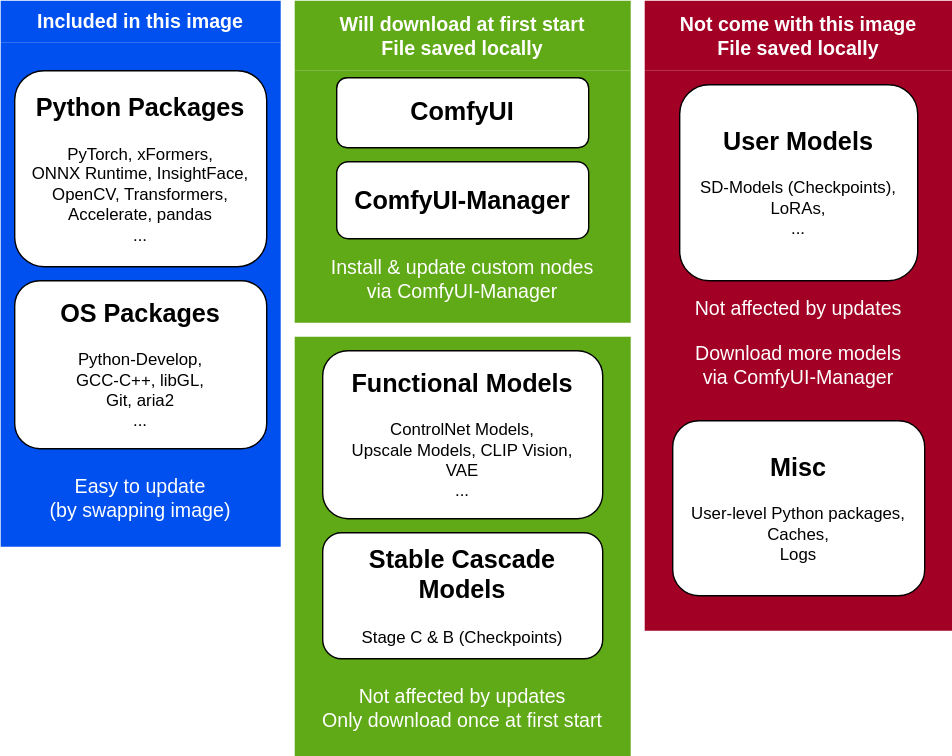
This is docs/chart-concept.svg from YanWenKun/ComfyUI-Docker, a draw.io export, as it was before one commit. Source tidied: cells renumbered, new cells last; positions are measured from the earlier drawing's top-left corner, leaving out a move shared by most shapes.
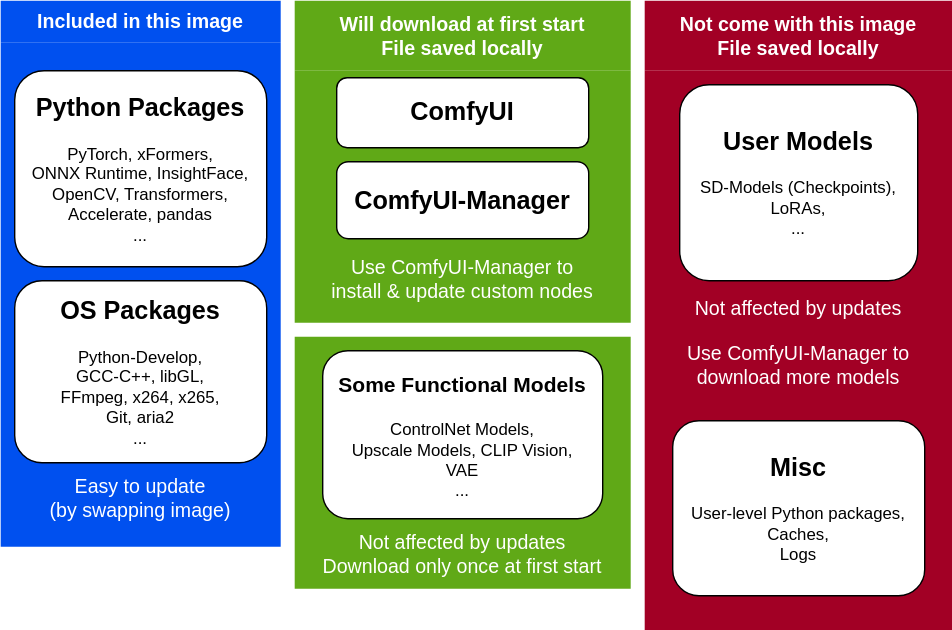
After the commit.

Commit message:
Trim download size

Diff of the diagram source:
```diff
@@ -8,8 +8,8 @@
     <mxCell id="3" value="&lt;h2&gt;Python Packages&lt;/h2&gt;PyTorch, xFormers,&lt;br&gt;ONNX Runtime, InsightFace,&lt;br&gt;OpenCV, Transformers,&lt;br&gt;Accelerate, pandas&lt;br&gt;...&lt;div&gt;&lt;br&gt;&lt;/div&gt;" style="rounded=1;whiteSpace=wrap;html=1;" parent="2" vertex="1">
       <mxGeometry x="10" y="50" width="180" height="140" as="geometry" />
     </mxCell>
-    <mxCell id="4" value="&lt;h2&gt;OS Packages&lt;/h2&gt;&lt;div&gt;Python-Develop,&lt;br&gt;&lt;/div&gt;&lt;div&gt;&lt;span style=&quot;background-color: initial;&quot;&gt;GCC-C++, &lt;/span&gt;libGL,&lt;/div&gt;&lt;div&gt;Git, aria2&lt;/div&gt;&lt;div&gt;&lt;span style=&quot;background-color: initial;&quot;&gt;...&lt;br&gt;&lt;/span&gt;&lt;/div&gt;&lt;div&gt;&lt;span style=&quot;background-color: initial;&quot;&gt;&lt;br&gt;&lt;/span&gt;&lt;/div&gt;" style="rounded=1;whiteSpace=wrap;html=1;" parent="2" vertex="1">
-      <mxGeometry x="10" y="200" width="180" height="120" as="geometry" />
+    <mxCell id="4" value="&lt;h2&gt;OS Packages&lt;/h2&gt;&lt;div&gt;Python-Develop,&lt;br&gt;&lt;/div&gt;&lt;div&gt;&lt;span style=&quot;background-color: initial;&quot;&gt;GCC-C++, &lt;/span&gt;libGL,&lt;/div&gt;&lt;div&gt;FFmpeg, x264, x265,&lt;/div&gt;&lt;div&gt;Git, aria2&lt;/div&gt;&lt;div&gt;&lt;span style=&quot;background-color: initial;&quot;&gt;...&lt;br&gt;&lt;/span&gt;&lt;/div&gt;&lt;div&gt;&lt;span style=&quot;background-color: initial;&quot;&gt;&lt;br&gt;&lt;/span&gt;&lt;/div&gt;" style="rounded=1;whiteSpace=wrap;html=1;" parent="2" vertex="1">
+      <mxGeometry x="10" y="200" width="180" height="130" as="geometry" />
     </mxCell>
     <mxCell id="5" value="Easy to update&lt;br&gt;(by swapping image)" style="text;html=1;align=center;verticalAlign=middle;whiteSpace=wrap;rounded=0;fontColor=#FFFFFF;fontSize=14;" parent="2" vertex="1">
       <mxGeometry x="30" y="340" width="140" height="30" as="geometry" />
@@ -23,7 +23,7 @@
     <mxCell id="8" value="&lt;h2&gt;ComfyUI-Manager&lt;/h2&gt;" style="rounded=1;whiteSpace=wrap;html=1;" parent="6" vertex="1">
       <mxGeometry x="30" y="115" width="180" height="55" as="geometry" />
     </mxCell>
-    <mxCell id="9" value="&lt;div&gt;Install &amp;amp; update custom nodes&lt;br&gt;&lt;/div&gt;via ComfyUI-Manager" style="text;html=1;align=center;verticalAlign=middle;whiteSpace=wrap;rounded=0;fontColor=#FFFFFF;fontSize=14;" parent="6" vertex="1">
+    <mxCell id="9" value="Use ComfyUI-Manager to&lt;br&gt;install &amp;amp; update custom nodes" style="text;html=1;align=center;verticalAlign=middle;whiteSpace=wrap;rounded=0;fontColor=#FFFFFF;fontSize=14;" parent="6" vertex="1">
       <mxGeometry y="174" width="240" height="50" as="geometry" />
     </mxCell>
     <mxCell id="10" value="Not come with this image&lt;br&gt;File saved locally" style="swimlane;whiteSpace=wrap;html=1;fontSize=14;fillColor=#a20025;fontColor=#ffffff;strokeColor=none;swimlaneLine=0;swimlaneFillColor=#A20025;startSize=50;" parent="1" vertex="1">
@@ -38,20 +38,17 @@
     <mxCell id="13" value="Not affected by updates" style="text;html=1;align=center;verticalAlign=middle;whiteSpace=wrap;rounded=0;fontColor=#FFFFFF;fontSize=14;" parent="10" vertex="1">
       <mxGeometry y="200" width="220" height="40" as="geometry" />
     </mxCell>
-    <mxCell id="14" value="Download more models&lt;br&gt;via ComfyUI-Manager" style="text;html=1;align=center;verticalAlign=middle;whiteSpace=wrap;rounded=0;fontColor=#FFFFFF;fontSize=14;" parent="10" vertex="1">
+    <mxCell id="14" value="Use ComfyUI-Manager to&lt;br&gt;download more models" style="text;html=1;align=center;verticalAlign=middle;whiteSpace=wrap;rounded=0;fontColor=#FFFFFF;fontSize=14;" parent="10" vertex="1">
       <mxGeometry y="240" width="220" height="40" as="geometry" />
     </mxCell>
     <mxCell id="15" style="swimlane;startSize=0;strokeColor=none;swimlaneLine=0;fillColor=none;swimlaneFillColor=#60A917;" parent="1" vertex="1">
-      <mxGeometry x="210" y="240" width="240" height="300" as="geometry" />
+      <mxGeometry x="210" y="240" width="240" height="180" as="geometry" />
     </mxCell>
-    <mxCell id="16" value="&lt;h2&gt;Functional&amp;nbsp;Models&lt;/h2&gt;&lt;div&gt;ControlNet Models&lt;span style=&quot;background-color: initial;&quot;&gt;,&lt;/span&gt;&lt;/div&gt;&lt;div&gt;Upscale Models,&amp;nbsp;&lt;span style=&quot;background-color: initial;&quot;&gt;CLIP Vision,&lt;/span&gt;&lt;/div&gt;&lt;div&gt;&lt;span style=&quot;background-color: initial;&quot;&gt;VAE&lt;/span&gt;&lt;/div&gt;&lt;div&gt;&lt;span style=&quot;background-color: initial;&quot;&gt;...&lt;br&gt;&lt;/span&gt;&lt;/div&gt;&lt;div&gt;&lt;br&gt;&lt;/div&gt;" style="rounded=1;whiteSpace=wrap;html=1;" parent="15" vertex="1">
+    <mxCell id="16" value="&lt;h2&gt;&lt;font style=&quot;font-size: 15px;&quot;&gt;Some Functional&amp;nbsp;Models&lt;/font&gt;&lt;/h2&gt;&lt;div&gt;ControlNet Models&lt;span style=&quot;background-color: initial;&quot;&gt;,&lt;/span&gt;&lt;/div&gt;&lt;div&gt;Upscale Models,&amp;nbsp;&lt;span style=&quot;background-color: initial;&quot;&gt;CLIP Vision,&lt;/span&gt;&lt;/div&gt;&lt;div&gt;&lt;span style=&quot;background-color: initial;&quot;&gt;VAE&lt;/span&gt;&lt;/div&gt;&lt;div&gt;&lt;span style=&quot;background-color: initial;&quot;&gt;...&lt;br&gt;&lt;/span&gt;&lt;/div&gt;&lt;div&gt;&lt;br&gt;&lt;/div&gt;" style="rounded=1;whiteSpace=wrap;html=1;" parent="15" vertex="1">
       <mxGeometry x="20" y="10" width="200" height="120" as="geometry" />
     </mxCell>
-    <mxCell id="17" value="&lt;div&gt;Not affected by updates&lt;br&gt;&lt;/div&gt;&lt;div&gt;Only download once at first start&lt;/div&gt;" style="text;html=1;align=center;verticalAlign=middle;whiteSpace=wrap;rounded=0;fontColor=#FFFFFF;fontSize=14;" parent="15" vertex="1">
-      <mxGeometry y="240" width="240" height="50" as="geometry" />
+    <mxCell id="17" value="&lt;div&gt;Not affected by updates&lt;br&gt;&lt;/div&gt;&lt;div&gt;Download only once at first start&lt;/div&gt;" style="text;html=1;align=center;verticalAlign=middle;whiteSpace=wrap;rounded=0;fontColor=#FFFFFF;fontSize=14;" parent="15" vertex="1">
+      <mxGeometry y="130" width="240" height="50" as="geometry" />
     </mxCell>
-    <mxCell id="18" value="&lt;h2&gt;Stable Cascade&lt;br&gt;Models&lt;/h2&gt;&lt;div&gt;Stage C &amp;amp; B (Checkpoints)&lt;/div&gt;&lt;div&gt;&lt;br&gt;&lt;/div&gt;" style="rounded=1;whiteSpace=wrap;html=1;" parent="15" vertex="1">
-      <mxGeometry x="20" y="140" width="200" height="90" as="geometry" />
-    </mxCell>
   </root>
 </mxGraphModel>
```
